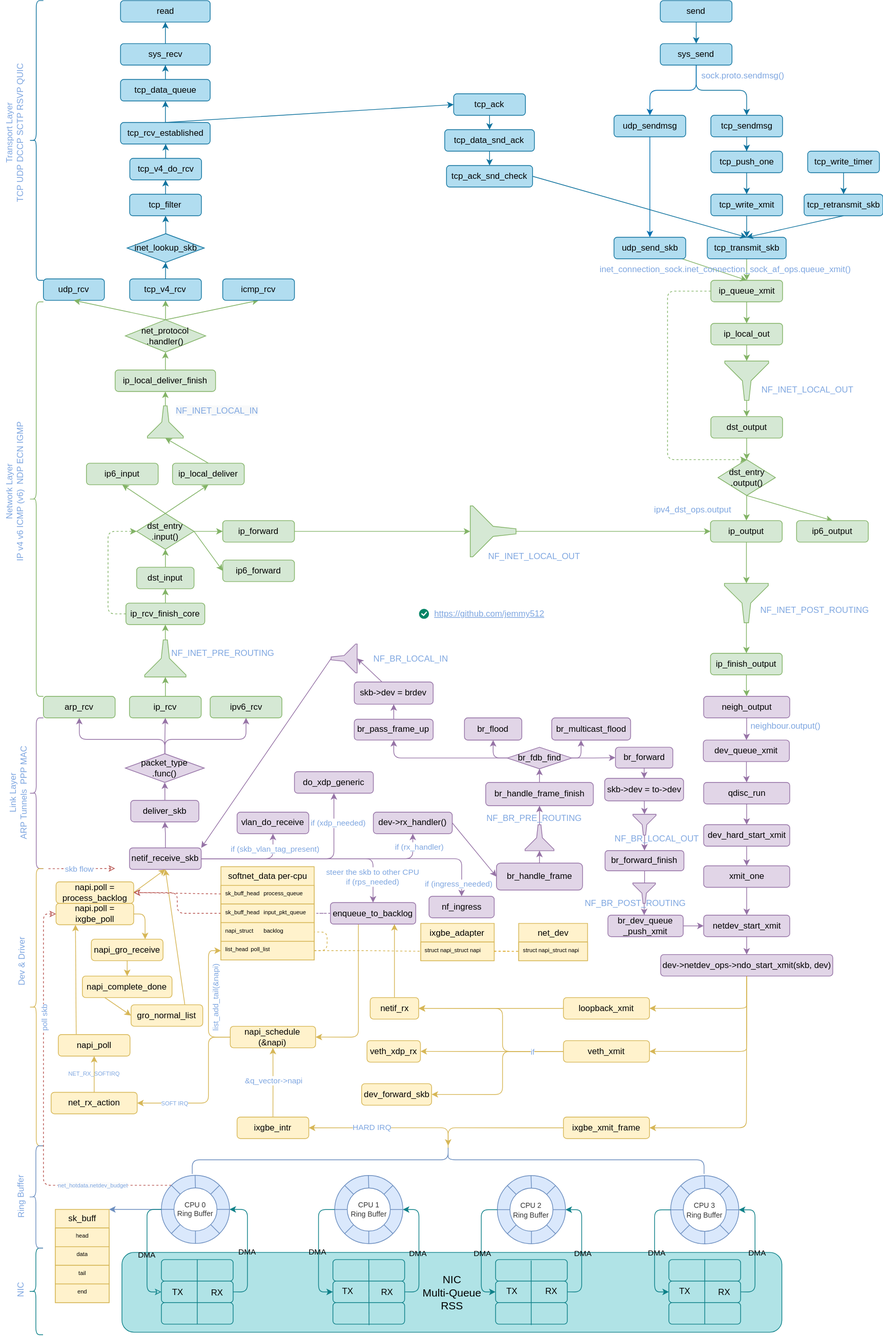
The draw.io diagram images/kernel/net-read-write-route-bridge.svg in jemmy512/book-notes, before a commit. Source tidied: cells renumbered, new cells last; positions are measured from the earlier drawing's top-left corner, leaving out a move shared by most shapes.
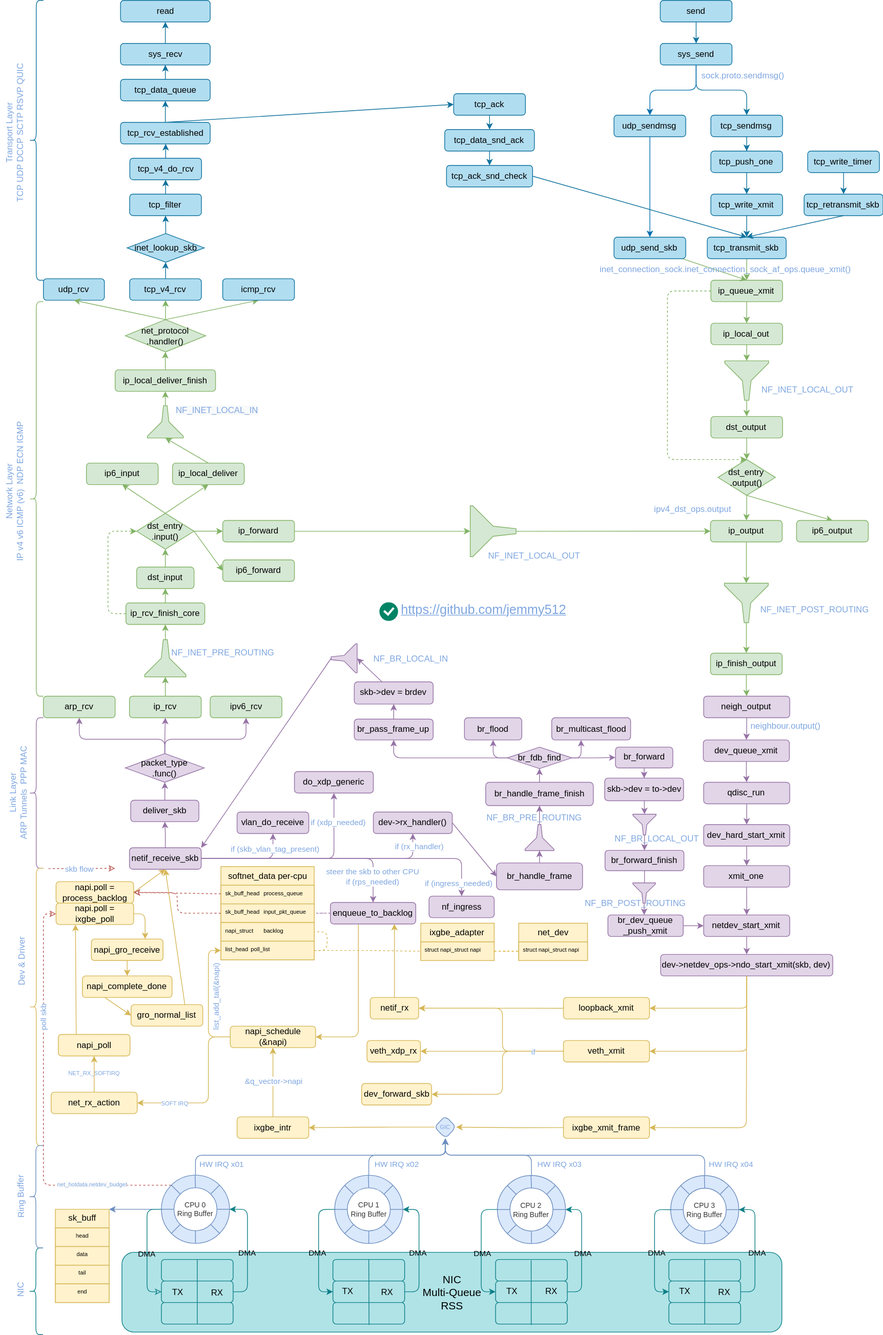
Above is the later version.

Commit message:
RSS NAPI GRO RPS

The edit, as a diff of the source:
```diff
@@ -366,14 +366,9 @@
     <mxCell id="111" value="arp_rcv" style="rounded=1;whiteSpace=wrap;html=1;fillColor=#d5e8d4;strokeColor=#82b366;" parent="1" vertex="1">
       <mxGeometry x="150" y="970" width="100" height="30" as="geometry" />
     </mxCell>
-    <mxCell id="112" style="edgeStyle=orthogonalEdgeStyle;rounded=1;jettySize=auto;html=1;entryX=1;entryY=0.5;entryDx=0;entryDy=0;fillColor=#fff2cc;strokeColor=#d6b656;curved=0;exitX=0.1;exitY=0.5;exitDx=0;exitDy=0;exitPerimeter=0;" parent="1" edge="1" source="235" target="65">
+    <mxCell id="112" style="edgeStyle=orthogonalEdgeStyle;rounded=1;jettySize=auto;html=1;entryX=1;entryY=0.5;entryDx=0;entryDy=0;fillColor=#fff2cc;strokeColor=#d6b656;curved=0;exitX=0;exitY=0.5;exitDx=0;exitDy=0;" parent="1" edge="1" source="348" target="65">
       <mxGeometry relative="1" as="geometry" />
     </mxCell>
-    <mxCell id="113" value="HARD IRQ" style="edgeLabel;html=1;align=center;verticalAlign=middle;fontColor=#7EA6E0;labelBackgroundColor=default;" parent="112" vertex="1">
-      <mxGeometry x="0.22" y="-3" relative="1" as="geometry">
-        <mxPoint y="2" as="offset" />
-      </mxGeometry>
-    </mxCell>
     <mxCell id="114" style="edgeStyle=orthogonalEdgeStyle;rounded=0;jettySize=auto;html=1;fillColor=#1ba1e2;strokeColor=#006EAF;" parent="1" edge="1" source="115" target="99">
       <mxGeometry relative="1" as="geometry" />
     </mxCell>
@@ -618,7 +613,7 @@
     <mxCell id="181" value="veth_xmit" style="rounded=1;whiteSpace=wrap;html=1;fillColor=#fff2cc;strokeColor=#d6b656;" parent="1" vertex="1">
       <mxGeometry x="875" y="1450" width="120" height="30" as="geometry" />
     </mxCell>
-    <mxCell id="182" style="edgeStyle=orthogonalEdgeStyle;rounded=1;jettySize=auto;html=1;fillColor=#fff2cc;strokeColor=#d6b656;exitX=0;exitY=0.5;exitDx=0;exitDy=0;curved=0;" parent="1" edge="1" source="183" target="235">
+    <mxCell id="182" style="edgeStyle=orthogonalEdgeStyle;rounded=1;jettySize=auto;html=1;fillColor=#fff2cc;strokeColor=#d6b656;exitX=0;exitY=0.5;exitDx=0;exitDy=0;curved=0;entryX=1;entryY=0.5;entryDx=0;entryDy=0;" parent="1" edge="1" source="183" target="348">
       <mxGeometry relative="1" as="geometry" />
     </mxCell>
     <mxCell id="183" value="ixgbe_xmit_frame" style="rounded=1;whiteSpace=wrap;html=1;fillColor=#fff2cc;strokeColor=#d6b656;" parent="1" vertex="1">
@@ -660,10 +655,10 @@
       <mxGeometry relative="1" as="geometry" />
     </mxCell>
     <mxCell id="194" style="html=1;shadow=0;dashed=0;shape=mxgraph.atlassian.checkbox;fillColor=#008465;strokeColor=none;html=1;sketch=0;" parent="1" vertex="1">
-      <mxGeometry x="673.6" y="848" width="14" height="14" as="geometry" />
+      <mxGeometry x="618.4" y="839" width="26" height="26" as="geometry" />
     </mxCell>
-    <mxCell id="195" value="https://github.com/jemmy512" style="text;html=1;strokeColor=none;fillColor=none;whiteSpace=wrap;align=center;verticalAlign=middle;fontColor=#7EA6E0;fontStyle=4;" parent="1" vertex="1">
-      <mxGeometry x="742" y="835" width="60" height="40" as="geometry" />
+    <mxCell id="195" value="https://github.com/jemmy512" style="text;html=1;strokeColor=none;fillColor=none;whiteSpace=wrap;align=center;verticalAlign=middle;fontColor=#7EA6E0;fontStyle=4;fontSize=18;" parent="1" vertex="1">
+      <mxGeometry x="679.7" y="830" width="168" height="40" as="geometry" />
     </mxCell>
     <mxCell id="196" value="ipv4_dst_ops.output" style="text;html=1;align=center;verticalAlign=middle;strokeColor=none;fillColor=none;fontColor=#7EA6E0;" parent="1" vertex="1">
       <mxGeometry x="990" y="695" width="130" height="30" as="geometry" />
@@ -821,9 +816,6 @@
     <mxCell id="234" value="dev_forward_skb" style="rounded=1;whiteSpace=wrap;html=1;fillColor=#fff2cc;strokeColor=#d6b656;" parent="1" vertex="1">
       <mxGeometry x="593.6" y="1510" width="97.6" height="30" as="geometry" />
     </mxCell>
-    <mxCell id="235" style="shape=curlyBracket;whiteSpace=wrap;html=1;rounded=1;flipH=1;labelPosition=right;verticalLabelPosition=middle;align=left;verticalAlign=middle;rotation=-90;fillColor=#dae8fc;strokeColor=#6c8ebf;" parent="1" vertex="1">
-      <mxGeometry x="694.6" y="1259.4" width="39.3" height="713.5" as="geometry" />
-    </mxCell>
     <mxCell id="236" style="edgeStyle=orthogonalEdgeStyle;rounded=1;jettySize=auto;html=1;entryX=1;entryY=0;entryDx=0;entryDy=0;curved=0;strokeColor=#6C8EBF;" parent="1" edge="1" source="237" target="300">
       <mxGeometry relative="1" as="geometry">
         <Array as="points">
@@ -831,6 +823,14 @@
         </Array>
       </mxGeometry>
     </mxCell>
+    <mxCell id="344" style="edgeStyle=orthogonalEdgeStyle;shape=connector;curved=0;rounded=1;jettySize=auto;html=1;entryX=0.5;entryY=1;entryDx=0;entryDy=0;strokeColor=#6c8ebf;align=center;verticalAlign=middle;fontFamily=Helvetica;fontSize=12;fontColor=default;labelBackgroundColor=default;endArrow=classic;fillColor=#dae8fc;" parent="1" edge="1" source="237" target="348">
+      <mxGeometry relative="1" as="geometry">
+        <Array as="points">
+          <mxPoint x="362" y="1610" />
+          <mxPoint x="710" y="1610" />
+        </Array>
+      </mxGeometry>
+    </mxCell>
     <mxCell id="237" style="ellipse;whiteSpace=wrap;html=1;fillColor=#dae8fc;strokeColor=#6c8ebf;" parent="1" vertex="1">
       <mxGeometry x="314.5" y="1637.8" width="95" height="95" as="geometry" />
     </mxCell>
@@ -891,6 +891,14 @@
     <mxCell id="256" style="endArrow=none;html=1;rounded=0;exitX=1;exitY=0.5;exitDx=0;exitDy=0;entryX=1;entryY=0.5;entryDx=0;entryDy=0;fillColor=#dae8fc;strokeColor=#6c8ebf;" parent="1" edge="1" source="248" target="247">
       <mxGeometry relative="1" as="geometry" />
     </mxCell>
+    <mxCell id="345" style="edgeStyle=orthogonalEdgeStyle;shape=connector;curved=0;rounded=1;jettySize=auto;html=1;entryX=0.5;entryY=1;entryDx=0;entryDy=0;strokeColor=#6c8ebf;align=center;verticalAlign=middle;fontFamily=Helvetica;fontSize=12;fontColor=default;labelBackgroundColor=default;endArrow=classic;fillColor=#dae8fc;" parent="1" edge="1" source="257" target="348">
+      <mxGeometry relative="1" as="geometry">
+        <Array as="points">
+          <mxPoint x="830" y="1610" />
+          <mxPoint x="710" y="1610" />
+        </Array>
+      </mxGeometry>
+    </mxCell>
     <mxCell id="257" style="ellipse;whiteSpace=wrap;html=1;fillColor=#dae8fc;strokeColor=#6c8ebf;" parent="1" vertex="1">
       <mxGeometry x="782.9" y="1638.2" width="95" height="95" as="geometry" />
     </mxCell>
@@ -921,6 +929,14 @@
     <mxCell id="266" style="endArrow=none;html=1;rounded=0;exitX=1;exitY=0.5;exitDx=0;exitDy=0;entryX=1;entryY=0.5;entryDx=0;entryDy=0;fillColor=#dae8fc;strokeColor=#6c8ebf;" parent="1" edge="1" source="258" target="257">
       <mxGeometry relative="1" as="geometry" />
     </mxCell>
+    <mxCell id="346" style="edgeStyle=orthogonalEdgeStyle;shape=connector;curved=0;rounded=1;jettySize=auto;html=1;entryX=0.5;entryY=1;entryDx=0;entryDy=0;strokeColor=#6c8ebf;align=center;verticalAlign=middle;fontFamily=Helvetica;fontSize=12;fontColor=default;labelBackgroundColor=default;endArrow=classic;fillColor=#dae8fc;" parent="1" edge="1" source="267" target="348">
+      <mxGeometry relative="1" as="geometry">
+        <Array as="points">
+          <mxPoint x="1072" y="1610" />
+          <mxPoint x="710" y="1610" />
+        </Array>
+      </mxGeometry>
+    </mxCell>
     <mxCell id="267" style="ellipse;whiteSpace=wrap;html=1;fillColor=#dae8fc;strokeColor=#6c8ebf;" parent="1" vertex="1">
       <mxGeometry x="1024.5" y="1638.3" width="95" height="95" as="geometry" />
     </mxCell>
@@ -1185,5 +1201,33 @@
     <mxCell id="343" value="&lt;span style=&quot;color: rgb(126, 166, 224); text-wrap-mode: nowrap;&quot;&gt;inet_connection_sock.inet_connection_sock_af_ops.queue_xmit()&lt;/span&gt;" style="text;html=1;align=center;verticalAlign=middle;whiteSpace=wrap;rounded=0;" parent="1" vertex="1">
       <mxGeometry x="922" y="360" width="358" height="30" as="geometry" />
     </mxCell>
+    <mxCell id="347" style="edgeStyle=orthogonalEdgeStyle;rounded=1;jettySize=auto;html=1;entryX=0.5;entryY=1;entryDx=0;entryDy=0;fontFamily=Helvetica;fontSize=12;fontColor=default;curved=0;fillColor=#dae8fc;strokeColor=#6c8ebf;" parent="1" edge="1" source="247" target="348">
+      <mxGeometry relative="1" as="geometry">
+        <Array as="points">
+          <mxPoint x="604" y="1610" />
+          <mxPoint x="710" y="1610" />
+          <mxPoint x="710" y="1600" />
+          <mxPoint x="710" y="1600" />
+        </Array>
+      </mxGeometry>
+    </mxCell>
+    <mxCell id="348" style="rhombus;whiteSpace=wrap;html=1;rounded=1;strokeColor=#6c8ebf;align=left;verticalAlign=middle;fontFamily=Helvetica;fontSize=12;fillColor=#dae8fc;" parent="1" vertex="1">
+      <mxGeometry x="695.4" y="1555" width="30" height="31.5" as="geometry" />
+    </mxCell>
+    <mxCell id="349" value="HW IRQ x01" style="text;html=1;align=center;verticalAlign=middle;whiteSpace=wrap;rounded=0;fontFamily=Helvetica;fontSize=11;fontColor=#7EA6E0;labelBackgroundColor=default;" parent="1" vertex="1">
+      <mxGeometry x="360" y="1608.3" width="77.8" height="30" as="geometry" />
+    </mxCell>
+    <mxCell id="350" value="HW IRQ x02" style="text;html=1;align=center;verticalAlign=middle;whiteSpace=wrap;rounded=0;fontFamily=Helvetica;fontSize=11;fontColor=#7EA6E0;labelBackgroundColor=default;" parent="1" vertex="1">
+      <mxGeometry x="603.5" y="1607.8" width="77.8" height="30" as="geometry" />
+    </mxCell>
+    <mxCell id="351" value="HW IRQ x03" style="text;html=1;align=center;verticalAlign=middle;whiteSpace=wrap;rounded=0;fontFamily=Helvetica;fontSize=11;fontColor=#7EA6E0;labelBackgroundColor=default;" parent="1" vertex="1">
+      <mxGeometry x="830.8" y="1607.8" width="77.8" height="30" as="geometry" />
+    </mxCell>
+    <mxCell id="352" value="HW IRQ x04" style="text;html=1;align=center;verticalAlign=middle;whiteSpace=wrap;rounded=0;fontFamily=Helvetica;fontSize=11;fontColor=#7EA6E0;labelBackgroundColor=default;" parent="1" vertex="1">
+      <mxGeometry x="1070.5" y="1607.8" width="77.8" height="30" as="geometry" />
+    </mxCell>
+    <mxCell id="353" value="GIC" style="text;html=1;align=center;verticalAlign=middle;strokeColor=none;fillColor=none;fontFamily=Helvetica;fontSize=8;fontColor=#7EA6E0;labelBackgroundColor=none;" parent="1" vertex="1">
+      <mxGeometry x="690.4" y="1560.8" width="40" height="20" as="geometry" />
+    </mxCell>
   </root>
 </mxGraphModel>
```
